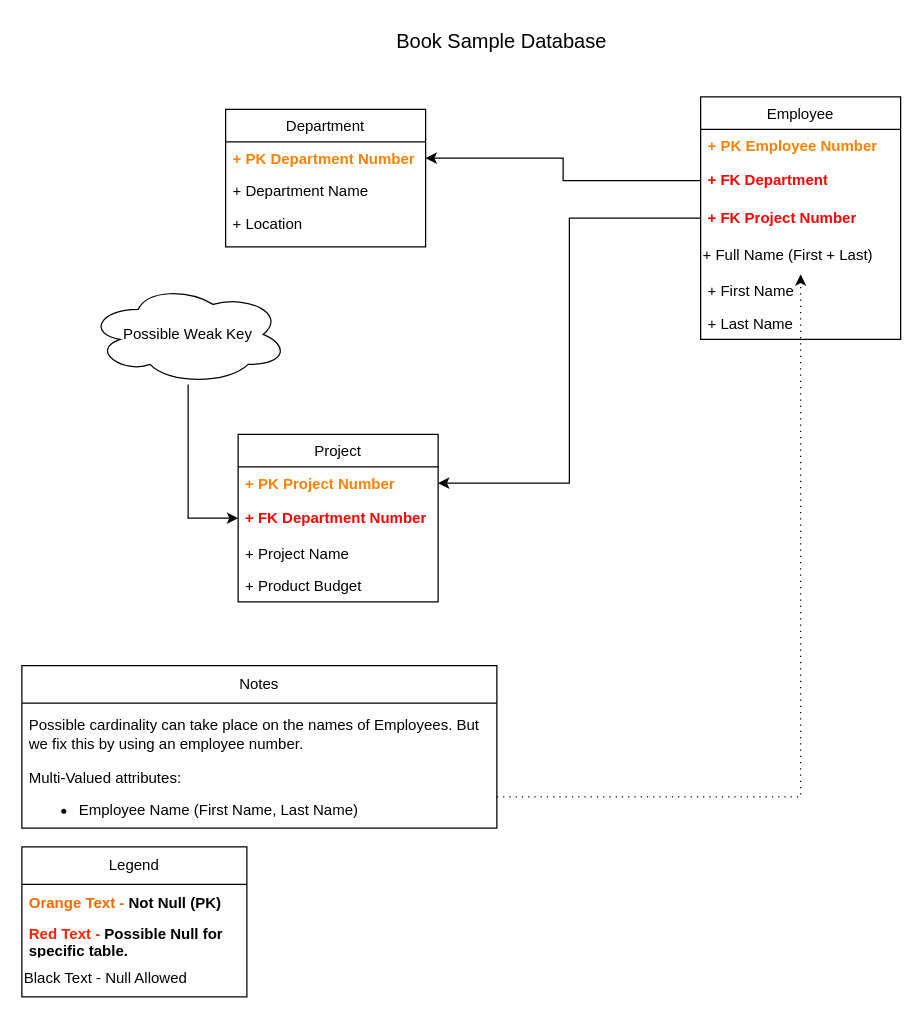
Earlier version of the draw.io diagram Untitled Diagram.drawio (brockpriest/CS3550). Source tidied: cells renumbered, new cells numbered last; positions are measured from the earlier drawing's top-left corner, leaving out a move shared by most shapes. Both pictures are drawn from the tidied source at 125%, with x=0, y=0 at pixel (21, 21).
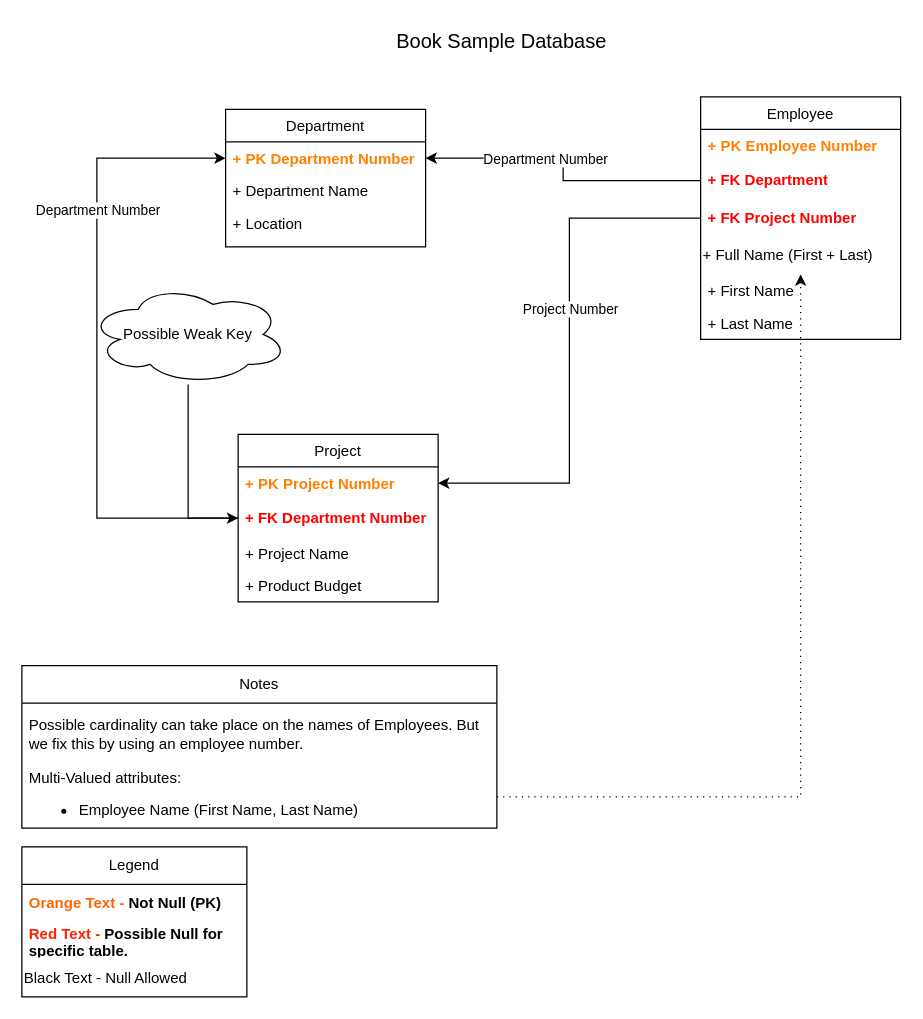
The same diagram, later.

Unchanged cells that the change refers to:
```xml
<mxCell id="3" value="+ PK Department Number" style="text;align=left;verticalAlign=top;spacingLeft=4;spacingRight=4;overflow=hidden;points=[[0,0.5],[1,0.5]];portConstraint=eastwest;fontStyle=1;fontColor=#FF8000;" parent="2" vertex="1">
  <mxGeometry y="26" width="160" height="26" as="geometry" />
</mxCell>
<mxCell id="8" value="+ FK Department Number" style="text;strokeColor=none;fillColor=none;align=left;verticalAlign=middle;spacingLeft=4;spacingRight=4;overflow=hidden;points=[[0,0.5],[1,0.5]];portConstraint=eastwest;whiteSpace=wrap;html=1;fontColor=#FF0000;fontStyle=1;" parent="6" vertex="1">
  <mxGeometry y="52" width="160" height="30" as="geometry" />
</mxCell>
<mxCell id="18" style="edgeStyle=orthogonalEdgeStyle;rounded=0;jettySize=auto;html=1;" parent="1" edge="1" source="13" target="3">
  <mxGeometry relative="1" as="geometry" />
</mxCell>
<mxCell id="19" style="edgeStyle=orthogonalEdgeStyle;rounded=0;jettySize=auto;html=1;entryX=1;entryY=0.5;entryDx=0;entryDy=0;" parent="1" edge="1" source="14" target="7">
  <mxGeometry relative="1" as="geometry" />
</mxCell>
```

What changed in the source:
```diff
@@
+    <mxCell id="31" value="Department Number" style="edgeLabel;html=1;align=center;verticalAlign=middle;" parent="18" vertex="1">
+      <mxGeometry x="0.2" relative="1" as="geometry" />
+    </mxCell>
@@
+    <mxCell id="32" value="Project Number" style="edgeLabel;html=1;align=center;verticalAlign=middle;" parent="19" vertex="1">
+      <mxGeometry x="-0.16" relative="1" as="geometry" />
+    </mxCell>
@@
+    <mxCell id="33" style="edgeStyle=orthogonalEdgeStyle;rounded=0;jettySize=auto;html=1;entryX=0;entryY=0.5;entryDx=0;entryDy=0;" parent="1" edge="1" source="8" target="3">
+      <mxGeometry relative="1" as="geometry">
+        <Array as="points">
+          <mxPoint x="60" y="397" />
+          <mxPoint x="60" y="109" />
+        </Array>
+      </mxGeometry>
+    </mxCell>
+    <mxCell id="34" value="Department Number" style="edgeLabel;html=1;align=center;verticalAlign=middle;" parent="33" vertex="1">
+      <mxGeometry x="0.43" relative="1" as="geometry" />
+    </mxCell>
```
